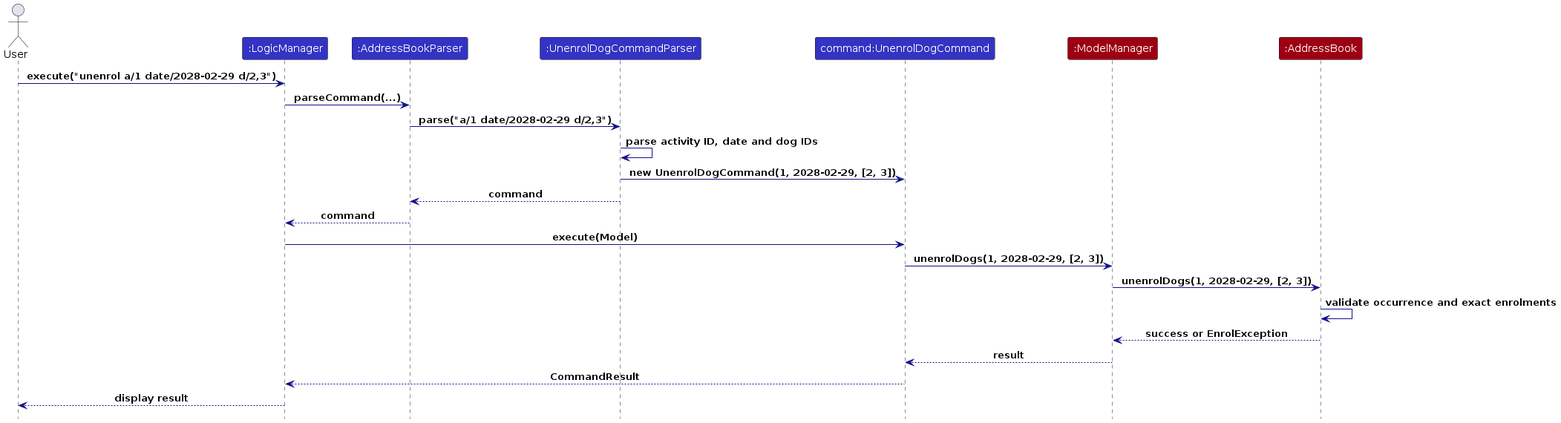
This is diagrams/UnenrolDogSequenceDiagram.png from AY2627S1-CS2103T-T15-4/tp, a PlantUML export, as it was before one commit. Its source is kept beside it as diagrams/UnenrolDogSequenceDiagram.puml. Its diagram source:
```plantuml
@startuml
!include style.puml
skinparam arrowColor LOGIC_COLOR_T4

actor User
participant ":LogicManager" as Logic LOGIC_COLOR
participant ":AddressBookParser" as Router LOGIC_COLOR
participant ":UnenrolDogCommandParser" as Parser LOGIC_COLOR
participant "command:UnenrolDogCommand" as Command LOGIC_COLOR
participant ":ModelManager" as Model MODEL_COLOR
participant ":AddressBook" as Book MODEL_COLOR

User -> Logic : execute("unenrol a/1 date/2028-02-29 d/2,3")
Logic -> Router : parseCommand(...)
Router -> Parser : parse("a/1 date/2028-02-29 d/2,3")
Parser -> Parser : parse activity ID, date and dog IDs
Parser -> Command : new UnenrolDogCommand(1, 2028-02-29, [2, 3])
Parser --> Router : command
Router --> Logic : command
Logic -> Command : execute(Model)
Command -> Model : unenrolDogs(1, 2028-02-29, [2, 3])
Model -> Book : unenrolDogs(1, 2028-02-29, [2, 3])
Book -> Book : validate occurrence and exact enrolments
Book --> Model : success or EnrolException
Model --> Command : result
Command --> Logic : CommandResult
Logic --> User : display result
@enduml
```
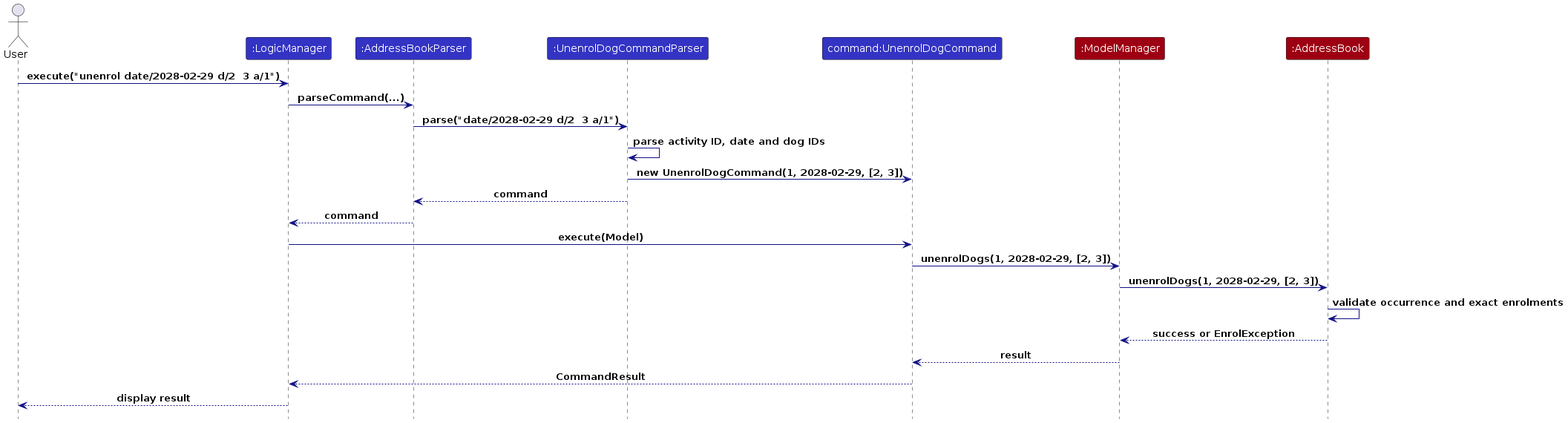
The same diagram one commit later.

What changed in the source:
```diff
@@ -10,9 +10,9 @@
 participant ":ModelManager" as Model MODEL_COLOR
 participant ":AddressBook" as Book MODEL_COLOR
 
-User -> Logic : execute("unenrol a/1 date/2028-02-29 d/2,3")
+User -> Logic : execute("unenrol date/2028-02-29 d/2  3 a/1")
 Logic -> Router : parseCommand(...)
-Router -> Parser : parse("a/1 date/2028-02-29 d/2,3")
+Router -> Parser : parse("date/2028-02-29 d/2  3 a/1")
 Parser -> Parser : parse activity ID, date and dog IDs
 Parser -> Command : new UnenrolDogCommand(1, 2028-02-29, [2, 3])
 Parser --> Router : command
```
